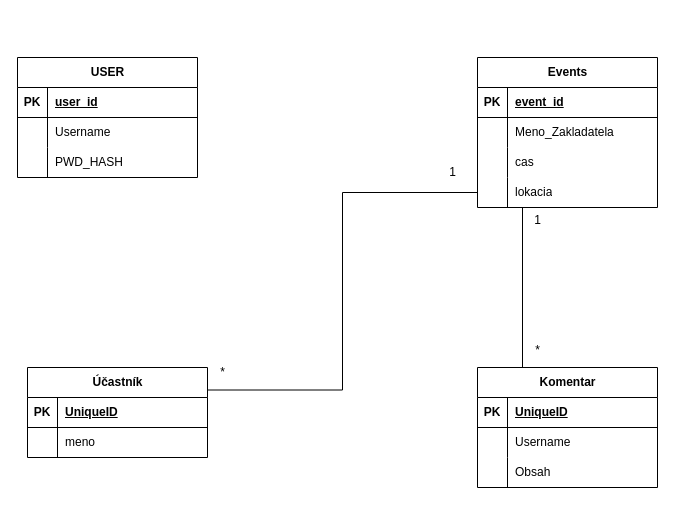
RatsAreNice/ITU-2023 keeps this draw.io diagram as Navrh/Diagramy/database.drawio. Above is the earlier version. Source tidied: cells renumbered, new cells numbered last; positions are measured from the earlier drawing's top-left corner, leaving out a move shared by most shapes. Both pictures are drawn from the tidied source at 100%, with x=0, y=0 at pixel (17, 57).
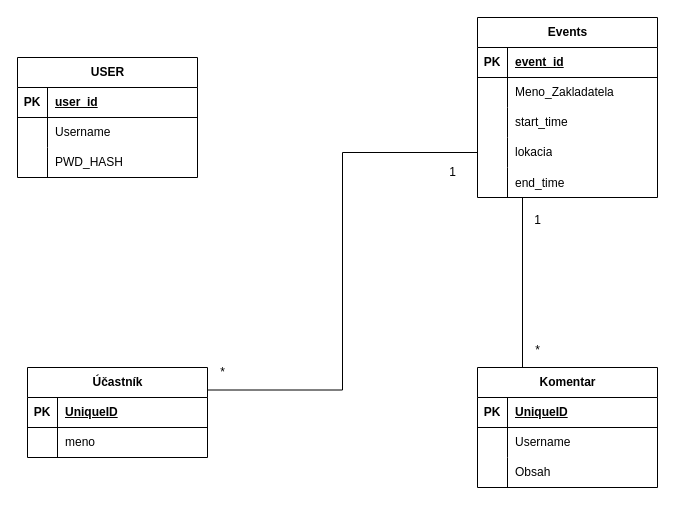
Above is the later version.

Commit message:
update to database diagram

Unchanged cells that the change refers to:
```xml
<mxCell id="20" style="shape=tableRow;horizontal=0;startSize=0;swimlaneHead=0;swimlaneBody=0;fillColor=none;top=0;left=0;right=0;bottom=0;" parent="13" vertex="1">
  <mxGeometry y="90" width="180" height="30" as="geometry" />
</mxCell>
```

The edit, as a diff of the source:
```diff
@@
     <mxCell id="13" value="Events" style="shape=table;startSize=30;childLayout=tableLayout;rowLines=0;fontStyle=1;align=center;html=1;" parent="1" vertex="1">
-      <mxGeometry x="460" width="180" height="150" as="geometry" />
+      <mxGeometry x="460" y="-40" width="180" height="180" as="geometry" />
     </mxCell>
@@
-    <mxCell id="22" value="cas" style="shape=partialRectangle;fillColor=none;top=0;left=0;bottom=0;right=0;align=left;spacingLeft=6;overflow=hidden;whiteSpace=wrap;html=1;" parent="20" vertex="1">
+    <mxCell id="22" value="&lt;div&gt;start_time&lt;/div&gt;" style="shape=partialRectangle;fillColor=none;top=0;left=0;bottom=0;right=0;align=left;spacingLeft=6;overflow=hidden;whiteSpace=wrap;html=1;" parent="20" vertex="1">
       <mxGeometry x="30" width="150" height="30" as="geometry" />
     </mxCell>
@@
+    <mxCell id="48" style="shape=tableRow;horizontal=0;startSize=0;swimlaneHead=0;swimlaneBody=0;fillColor=none;top=0;left=0;right=0;bottom=0;" parent="13" vertex="1">
+      <mxGeometry y="150" width="180" height="30" as="geometry" />
+    </mxCell>
+    <mxCell id="49" style="shape=partialRectangle;fillColor=none;top=0;left=0;bottom=0;right=0;overflow=hidden;" parent="48" vertex="1">
+      <mxGeometry width="30" height="30" as="geometry" />
+    </mxCell>
+    <mxCell id="50" value="end_time" style="shape=partialRectangle;fillColor=none;top=0;left=0;bottom=0;right=0;align=left;spacingLeft=6;overflow=hidden;" parent="48" vertex="1">
+      <mxGeometry x="30" width="150" height="30" as="geometry" />
+    </mxCell>
```
